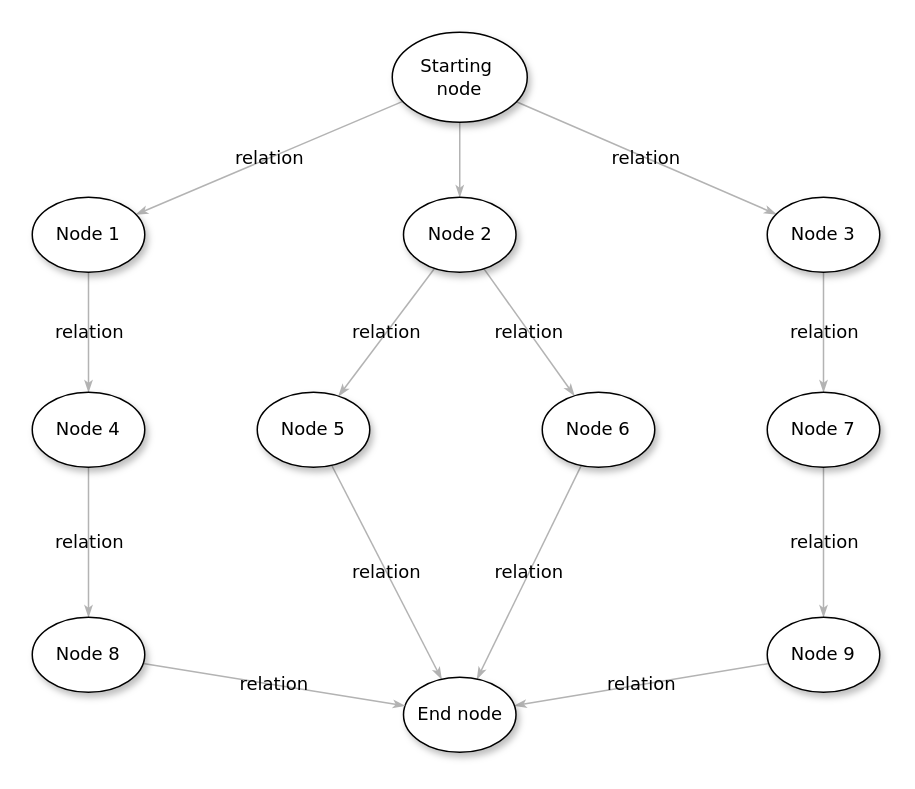
Above: collection.drawio in madoumei/draw (draw.io), before the change. Source tidied: cells renumbered, new cells numbered last; positions are measured from the earlier drawing's top-left corner, leaving out a move shared by most shapes. Both pictures are drawn from the tidied source at 150%, with x=0, y=0 at pixel (32, 32).
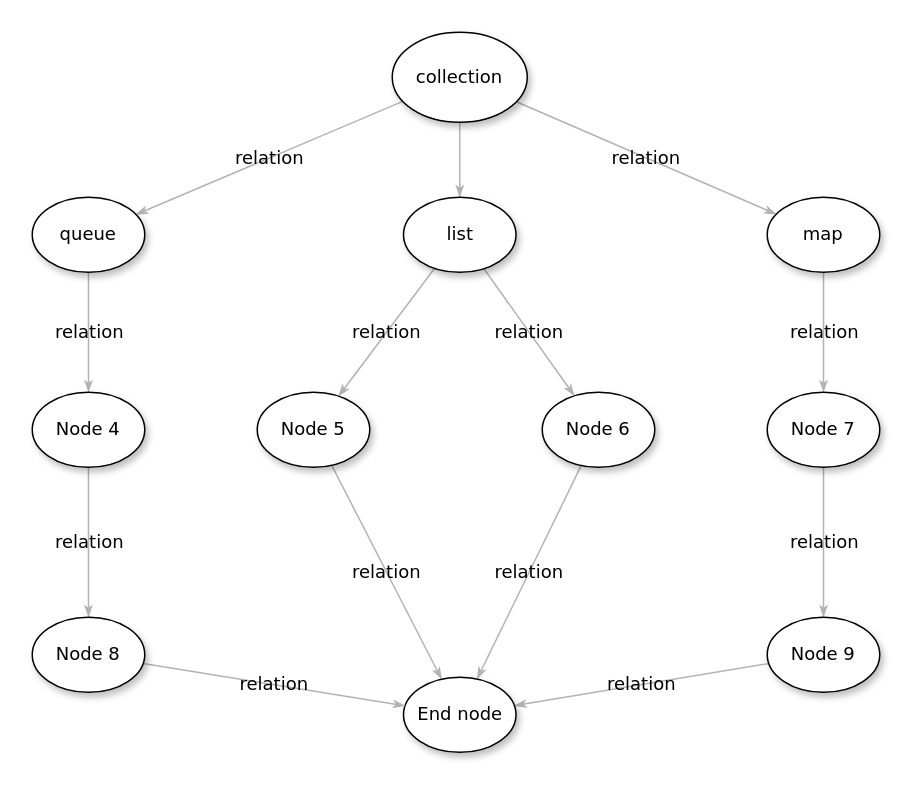
After the change.

The edit, as a diff of the source:
```diff
@@
-    <mxCell id="5" value="Starting&amp;nbsp;&lt;div&gt;node&lt;/div&gt;" style="ellipse;whiteSpace=wrap;html=1;rounded=0;shadow=1;comic=0;labelBackgroundColor=none;strokeWidth=1;fontFamily=Verdana;fontSize=12;align=center;" parent="1" vertex="1">
+    <mxCell id="5" value="collection" style="ellipse;whiteSpace=wrap;html=1;rounded=0;shadow=1;comic=0;labelBackgroundColor=none;strokeWidth=1;fontFamily=Verdana;fontSize=12;align=center;" parent="1" vertex="1">
       <mxGeometry x="240" width="90" height="60" as="geometry" />
     </mxCell>
@@
-    <mxCell id="8" value="&lt;span&gt;Node 2&lt;/span&gt;" style="ellipse;whiteSpace=wrap;html=1;rounded=0;shadow=1;comic=0;labelBackgroundColor=none;strokeWidth=1;fontFamily=Verdana;fontSize=12;align=center;" parent="1" vertex="1">
+    <mxCell id="8" value="&lt;span&gt;list&lt;/span&gt;" style="ellipse;whiteSpace=wrap;html=1;rounded=0;shadow=1;comic=0;labelBackgroundColor=none;strokeWidth=1;fontFamily=Verdana;fontSize=12;align=center;" parent="1" vertex="1">
       <mxGeometry x="247.5" y="110" width="75" height="50" as="geometry" />
     </mxCell>
@@
-    <mxCell id="10" value="&lt;span&gt;Node 3&lt;/span&gt;" style="ellipse;whiteSpace=wrap;html=1;rounded=0;shadow=1;comic=0;labelBackgroundColor=none;strokeWidth=1;fontFamily=Verdana;fontSize=12;align=center;" parent="1" vertex="1">
+    <mxCell id="10" value="&lt;span&gt;map&lt;/span&gt;" style="ellipse;whiteSpace=wrap;html=1;rounded=0;shadow=1;comic=0;labelBackgroundColor=none;strokeWidth=1;fontFamily=Verdana;fontSize=12;align=center;" parent="1" vertex="1">
       <mxGeometry x="490" y="110" width="75" height="50" as="geometry" />
     </mxCell>
@@
-    <mxCell id="21" value="Node 1" style="ellipse;whiteSpace=wrap;html=1;rounded=0;shadow=1;comic=0;labelBackgroundColor=none;strokeWidth=1;fontFamily=Verdana;fontSize=12;align=center;" parent="1" vertex="1">
+    <mxCell id="21" value="queue" style="ellipse;whiteSpace=wrap;html=1;rounded=0;shadow=1;comic=0;labelBackgroundColor=none;strokeWidth=1;fontFamily=Verdana;fontSize=12;align=center;" parent="1" vertex="1">
       <mxGeometry y="110" width="75" height="50" as="geometry" />
     </mxCell>
```
